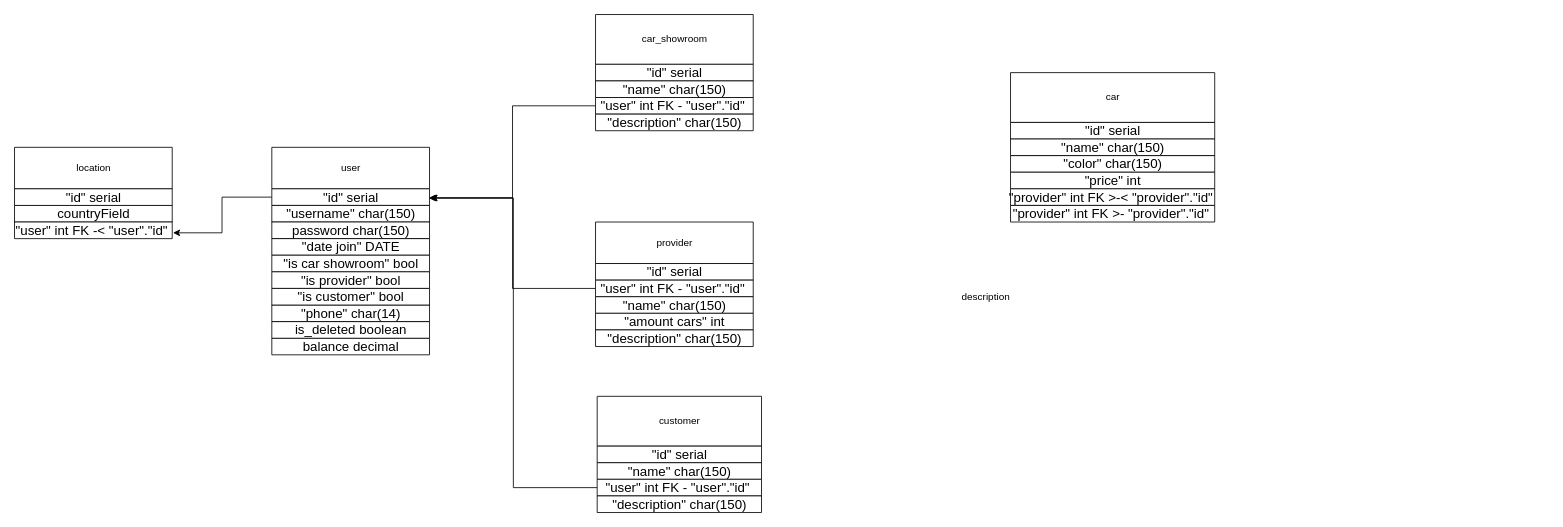
Above: page "Page-1" (1 of 2) of Untitled Diagram.drawio in tenatarika/cars (draw.io), before the change. Source tidied: cells renumbered, new cells numbered last; positions are measured from the earlier drawing's top-left corner, leaving out a move shared by most shapes. Both pictures are drawn from the tidied source at 83%, with x=0, y=0 at pixel (14, 14).
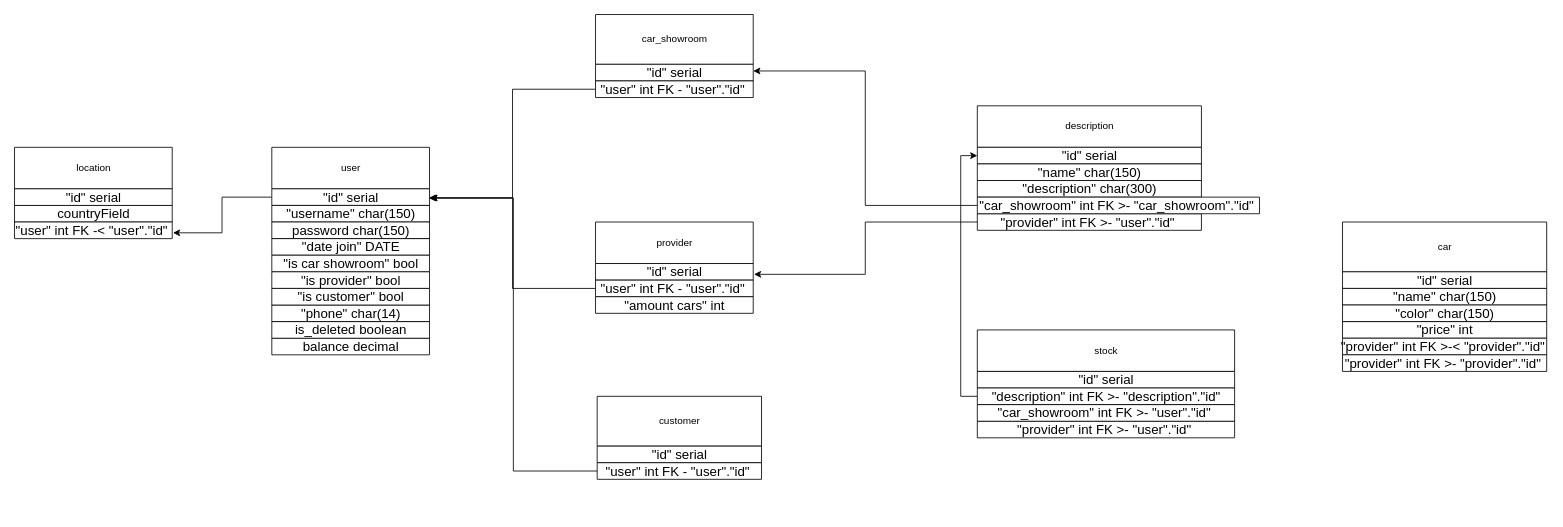
The same page after the edit.

The change refers to these unchanged cells:
```xml
<mxCell id="3" value="&lt;span style=&quot;font-size: medium&quot;&gt;&quot;id&quot; serial&lt;/span&gt;" style="verticalLabelPosition=middle;verticalAlign=middle;html=1;shape=mxgraph.basic.rect;fillColor2=none;strokeWidth=1;size=20;indent=5;labelPosition=center;align=center;" parent="1" vertex="1">
  <mxGeometry x="700" y="60" width="190" height="20" as="geometry" />
</mxCell>
<mxCell id="20" value="&lt;span style=&quot;font-size: medium&quot;&gt;&quot;id&quot; serial&lt;/span&gt;" style="verticalLabelPosition=middle;verticalAlign=middle;html=1;shape=mxgraph.basic.rect;fillColor2=none;strokeWidth=1;size=20;indent=5;labelPosition=center;align=center;" parent="1" vertex="1">
  <mxGeometry x="700" y="300" width="190" height="20" as="geometry" />
</mxCell>
```

The edit, as a diff of the source:
```diff
@@
-    <mxCell id="4" value="&lt;font size=&quot;3&quot;&gt;&quot;name&quot; char(150)&lt;/font&gt;" style="verticalLabelPosition=middle;verticalAlign=middle;html=1;shape=mxgraph.basic.rect;fillColor2=none;strokeWidth=1;size=20;indent=5;labelPosition=center;align=center;" parent="1" vertex="1">
-      <mxGeometry x="700" y="80" width="190" height="20" as="geometry" />
-    </mxCell>
@@
     <mxCell id="15" value="car" style="verticalLabelPosition=middle;verticalAlign=middle;html=1;shape=mxgraph.basic.rect;fillColor2=none;strokeWidth=1;size=20;indent=5;labelPosition=center;align=center;" parent="1" vertex="1">
-      <mxGeometry x="1200" y="70" width="246" height="60" as="geometry" />
+      <mxGeometry x="1600" y="250" width="246" height="60" as="geometry" />
     </mxCell>
     <mxCell id="16" value="&lt;span style=&quot;font-size: medium&quot;&gt;&quot;id&quot; serial&lt;/span&gt;" style="verticalLabelPosition=middle;verticalAlign=middle;html=1;shape=mxgraph.basic.rect;fillColor2=none;strokeWidth=1;size=20;indent=5;labelPosition=center;align=center;" parent="1" vertex="1">
-      <mxGeometry x="1200" y="130" width="246" height="20" as="geometry" />
+      <mxGeometry x="1600" y="310" width="246" height="20" as="geometry" />
     </mxCell>
     <mxCell id="17" value="&lt;font size=&quot;3&quot;&gt;&quot;name&quot; char(150)&lt;/font&gt;" style="verticalLabelPosition=middle;verticalAlign=middle;html=1;shape=mxgraph.basic.rect;fillColor2=none;strokeWidth=1;size=20;indent=5;labelPosition=center;align=center;" parent="1" vertex="1">
-      <mxGeometry x="1200" y="150" width="246" height="20" as="geometry" />
+      <mxGeometry x="1600" y="330" width="246" height="20" as="geometry" />
     </mxCell>
     <mxCell id="18" value="&lt;font size=&quot;3&quot;&gt;&quot;color&quot; char(150)&lt;/font&gt;" style="verticalLabelPosition=middle;verticalAlign=middle;html=1;shape=mxgraph.basic.rect;fillColor2=none;strokeWidth=1;size=20;indent=5;labelPosition=center;align=center;" parent="1" vertex="1">
-      <mxGeometry x="1200" y="170" width="246" height="20" as="geometry" />
+      <mxGeometry x="1600" y="350" width="246" height="20" as="geometry" />
     </mxCell>
@@
-    <mxCell id="23" value="&lt;font size=&quot;3&quot;&gt;&quot;name&quot; char(150)&lt;/font&gt;" style="verticalLabelPosition=middle;verticalAlign=middle;html=1;shape=mxgraph.basic.rect;fillColor2=none;strokeWidth=1;size=20;indent=5;labelPosition=center;align=center;" parent="1" vertex="1">
-      <mxGeometry x="700" y="340" width="190" height="20" as="geometry" />
-    </mxCell>
     <mxCell id="24" value="&lt;font size=&quot;3&quot;&gt;&quot;amount cars&quot; int&lt;/font&gt;" style="verticalLabelPosition=middle;verticalAlign=middle;html=1;shape=mxgraph.basic.rect;fillColor2=none;strokeWidth=1;size=20;indent=5;labelPosition=center;align=center;" parent="1" vertex="1">
-      <mxGeometry x="700" y="360" width="190" height="20" as="geometry" />
+      <mxGeometry x="700" y="340" width="190" height="20" as="geometry" />
     </mxCell>
     <mxCell id="25" value="&lt;font size=&quot;3&quot;&gt;&quot;price&quot; int&lt;/font&gt;" style="verticalLabelPosition=middle;verticalAlign=middle;html=1;shape=mxgraph.basic.rect;fillColor2=none;strokeWidth=1;size=20;indent=5;labelPosition=center;align=center;" parent="1" vertex="1">
-      <mxGeometry x="1200" y="190" width="246" height="20" as="geometry" />
+      <mxGeometry x="1600" y="370" width="246" height="20" as="geometry" />
     </mxCell>
     <mxCell id="26" value="&lt;span style=&quot;font-size: medium&quot;&gt;&quot;provider&quot; int FK &amp;gt;-&amp;lt; &quot;provider&quot;.&quot;id&quot;&amp;nbsp;&lt;/span&gt;" style="verticalLabelPosition=middle;verticalAlign=middle;html=1;shape=mxgraph.basic.rect;fillColor2=none;strokeWidth=1;size=20;indent=5;labelPosition=center;align=center;" parent="1" vertex="1">
-      <mxGeometry x="1200" y="210" width="246" height="20" as="geometry" />
+      <mxGeometry x="1600" y="390" width="246" height="20" as="geometry" />
     </mxCell>
@@
     <mxCell id="29" value="&lt;span style=&quot;font-size: medium&quot;&gt;&quot;provider&quot; int FK &amp;gt;- &quot;provider&quot;.&quot;id&quot;&amp;nbsp;&lt;/span&gt;" style="verticalLabelPosition=middle;verticalAlign=middle;html=1;shape=mxgraph.basic.rect;fillColor2=none;strokeWidth=1;size=20;indent=5;labelPosition=center;align=center;" parent="1" vertex="1">
-      <mxGeometry x="1200" y="230" width="246" height="20" as="geometry" />
+      <mxGeometry x="1600" y="410" width="246" height="20" as="geometry" />
     </mxCell>
@@
-    <mxCell id="32" value="&lt;font size=&quot;3&quot;&gt;&quot;name&quot; char(150)&lt;/font&gt;" style="verticalLabelPosition=middle;verticalAlign=middle;html=1;shape=mxgraph.basic.rect;fillColor2=none;strokeWidth=1;size=20;indent=5;labelPosition=center;align=center;" parent="1" vertex="1">
-      <mxGeometry x="702" y="540" width="198" height="20" as="geometry" />
-    </mxCell>
@@
     <mxCell id="38" value="&lt;span style=&quot;font-size: medium&quot;&gt;&quot;user&quot; int FK - &quot;user&quot;.&quot;id&quot;&amp;nbsp;&lt;/span&gt;" style="verticalLabelPosition=middle;verticalAlign=middle;html=1;shape=mxgraph.basic.rect;fillColor2=none;strokeWidth=1;size=20;indent=5;labelPosition=center;align=center;" parent="1" vertex="1">
-      <mxGeometry x="700" y="100" width="190" height="20" as="geometry" />
+      <mxGeometry x="700" y="80" width="190" height="20" as="geometry" />
     </mxCell>
@@
     <mxCell id="40" value="&lt;span style=&quot;font-size: medium&quot;&gt;&quot;user&quot; int FK - &quot;user&quot;.&quot;id&quot;&amp;nbsp;&lt;/span&gt;" style="verticalLabelPosition=middle;verticalAlign=middle;html=1;shape=mxgraph.basic.rect;fillColor2=none;strokeWidth=1;size=20;indent=5;labelPosition=center;align=center;" parent="1" vertex="1">
-      <mxGeometry x="702" y="560" width="198" height="20" as="geometry" />
+      <mxGeometry x="702" y="540" width="198" height="20" as="geometry" />
     </mxCell>
-    <mxCell id="41" value="description" style="text;html=1;align=center;verticalAlign=middle;strokeColor=none;fillColor=none;" parent="1" vertex="1">
-      <mxGeometry x="1135" y="330" width="70" height="20" as="geometry" />
+    <mxCell id="41" value="description" style="verticalLabelPosition=middle;verticalAlign=middle;html=1;shape=mxgraph.basic.rect;fillColor2=none;strokeWidth=1;size=20;indent=5;labelPosition=center;align=center;" parent="1" vertex="1">
+      <mxGeometry x="1160" y="110" width="270" height="50" as="geometry" />
     </mxCell>
-    <mxCell id="42" value="&lt;font size=&quot;3&quot;&gt;&quot;description&quot; char(150)&lt;/font&gt;" style="verticalLabelPosition=middle;verticalAlign=middle;html=1;shape=mxgraph.basic.rect;fillColor2=none;strokeWidth=1;size=20;indent=5;labelPosition=center;align=center;" parent="1" vertex="1">
-      <mxGeometry x="700" y="120" width="190" height="20" as="geometry" />
-    </mxCell>
-    <mxCell id="43" value="&lt;font size=&quot;3&quot;&gt;&quot;description&quot; char(150)&lt;/font&gt;" style="verticalLabelPosition=middle;verticalAlign=middle;html=1;shape=mxgraph.basic.rect;fillColor2=none;strokeWidth=1;size=20;indent=5;labelPosition=center;align=center;" parent="1" vertex="1">
-      <mxGeometry x="700" y="380" width="190" height="20" as="geometry" />
-    </mxCell>
-    <mxCell id="44" value="&lt;font size=&quot;3&quot;&gt;&quot;description&quot; char(150)&lt;/font&gt;" style="verticalLabelPosition=middle;verticalAlign=middle;html=1;shape=mxgraph.basic.rect;fillColor2=none;strokeWidth=1;size=20;indent=5;labelPosition=center;align=center;" parent="1" vertex="1">
-      <mxGeometry x="702" y="580" width="198" height="20" as="geometry" />
-    </mxCell>
+    <mxCell id="45" value="&lt;span style=&quot;font-size: medium&quot;&gt;&quot;id&quot; serial&lt;/span&gt;" style="verticalLabelPosition=middle;verticalAlign=middle;html=1;shape=mxgraph.basic.rect;fillColor2=none;strokeWidth=1;size=20;indent=5;labelPosition=center;align=center;" parent="1" vertex="1">
+      <mxGeometry x="1160" y="160" width="270" height="20" as="geometry" />
+    </mxCell>
+    <mxCell id="46" value="&lt;font size=&quot;3&quot;&gt;&quot;name&quot; char(150)&lt;/font&gt;" style="verticalLabelPosition=middle;verticalAlign=middle;html=1;shape=mxgraph.basic.rect;fillColor2=none;strokeWidth=1;size=20;indent=5;labelPosition=center;align=center;" parent="1" vertex="1">
+      <mxGeometry x="1160" y="180" width="270" height="20" as="geometry" />
+    </mxCell>
+    <mxCell id="47" value="&lt;font size=&quot;3&quot;&gt;&quot;description&quot; char(300)&lt;/font&gt;" style="verticalLabelPosition=middle;verticalAlign=middle;html=1;shape=mxgraph.basic.rect;fillColor2=none;strokeWidth=1;size=20;indent=5;labelPosition=center;align=center;" parent="1" vertex="1">
+      <mxGeometry x="1160" y="200" width="270" height="20" as="geometry" />
+    </mxCell>
+    <mxCell id="48" style="edgeStyle=orthogonalEdgeStyle;rounded=0;jettySize=auto;html=1;entryX=1.005;entryY=0.65;entryDx=0;entryDy=0;entryPerimeter=0;" parent="1" edge="1" source="49" target="20">
+      <mxGeometry relative="1" as="geometry" />
+    </mxCell>
+    <mxCell id="49" value="&lt;span style=&quot;font-size: medium&quot;&gt;&quot;provider&quot; int FK &amp;gt;- &quot;user&quot;.&quot;id&quot;&amp;nbsp;&lt;/span&gt;" style="verticalLabelPosition=middle;verticalAlign=middle;html=1;shape=mxgraph.basic.rect;fillColor2=none;strokeWidth=1;size=8;indent=5;labelPosition=center;align=center;" parent="1" vertex="1">
+      <mxGeometry x="1160" y="240" width="270" height="20" as="geometry" />
+    </mxCell>
+    <mxCell id="50" style="edgeStyle=orthogonalEdgeStyle;rounded=0;jettySize=auto;html=1;entryX=1;entryY=0.4;entryDx=0;entryDy=0;entryPerimeter=0;" parent="1" edge="1" source="51" target="3">
+      <mxGeometry relative="1" as="geometry" />
+    </mxCell>
+    <mxCell id="51" value="&lt;span style=&quot;font-size: medium&quot;&gt;&quot;car_showroom&quot; int FK &amp;gt;- &quot;&lt;/span&gt;&lt;span style=&quot;font-size: medium&quot;&gt;car_showroom&lt;/span&gt;&lt;span style=&quot;font-size: medium&quot;&gt;&quot;.&quot;id&quot;&amp;nbsp;&lt;/span&gt;" style="verticalLabelPosition=middle;verticalAlign=middle;html=1;shape=mxgraph.basic.rect;fillColor2=none;strokeWidth=1;size=20;indent=5;labelPosition=center;align=center;" parent="1" vertex="1">
+      <mxGeometry x="1160" y="220" width="340" height="20" as="geometry" />
+    </mxCell>
+    <mxCell id="52" value="stock" style="verticalLabelPosition=middle;verticalAlign=middle;html=1;shape=mxgraph.basic.rect;fillColor2=none;strokeWidth=1;size=20;indent=5;labelPosition=center;align=center;" parent="1" vertex="1">
+      <mxGeometry x="1160" y="380" width="310" height="50" as="geometry" />
+    </mxCell>
+    <mxCell id="53" value="&lt;span style=&quot;font-size: medium&quot;&gt;&quot;id&quot; serial&lt;/span&gt;" style="verticalLabelPosition=middle;verticalAlign=middle;html=1;shape=mxgraph.basic.rect;fillColor2=none;strokeWidth=1;size=20;indent=5;labelPosition=center;align=center;" parent="1" vertex="1">
+      <mxGeometry x="1160" y="430" width="310" height="20" as="geometry" />
+    </mxCell>
+    <mxCell id="54" style="edgeStyle=orthogonalEdgeStyle;rounded=0;jettySize=auto;html=1;entryX=0;entryY=0.5;entryDx=0;entryDy=0;entryPerimeter=0;" parent="1" edge="1" source="55" target="45">
+      <mxGeometry relative="1" as="geometry">
+        <Array as="points">
+          <mxPoint x="1140" y="460" />
+          <mxPoint x="1140" y="170" />
+        </Array>
+      </mxGeometry>
+    </mxCell>
+    <mxCell id="55" value="&lt;font size=&quot;3&quot;&gt;&quot;description&quot; int FK &amp;gt;- &quot;description&quot;.&quot;id&quot;&lt;/font&gt;" style="verticalLabelPosition=middle;verticalAlign=middle;html=1;shape=mxgraph.basic.rect;fillColor2=none;strokeWidth=1;size=20;indent=5;labelPosition=center;align=center;" parent="1" vertex="1">
+      <mxGeometry x="1160" y="450" width="310" height="20" as="geometry" />
+    </mxCell>
+    <mxCell id="56" value="&lt;span style=&quot;font-size: medium&quot;&gt;&quot;provider&quot; int FK &amp;gt;- &quot;user&quot;.&quot;id&quot;&amp;nbsp;&lt;/span&gt;" style="verticalLabelPosition=middle;verticalAlign=middle;html=1;shape=mxgraph.basic.rect;fillColor2=none;strokeWidth=1;size=8;indent=5;labelPosition=center;align=center;" parent="1" vertex="1">
+      <mxGeometry x="1160" y="490" width="310" height="20" as="geometry" />
+    </mxCell>
+    <mxCell id="57" value="&lt;span style=&quot;font-size: medium&quot;&gt;&quot;car_showroom&quot; int FK &amp;gt;- &quot;user&quot;.&quot;id&quot;&amp;nbsp;&lt;/span&gt;" style="verticalLabelPosition=middle;verticalAlign=middle;html=1;shape=mxgraph.basic.rect;fillColor2=none;strokeWidth=1;size=20;indent=5;labelPosition=center;align=center;" parent="1" vertex="1">
+      <mxGeometry x="1160" y="470" width="310" height="20" as="geometry" />
+    </mxCell>
```
